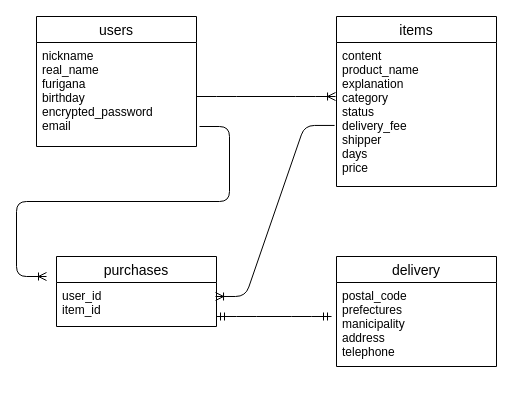
Above: furima.dio in hiiro777/furima-35507 (draw.io), before the change. Source tidied: cells renumbered, new cells numbered last; positions are measured from the earlier drawing's top-left corner, leaving out a move shared by most shapes. Both pictures are drawn from the tidied source at 100%, with x=0, y=0 at pixel (36, 16).
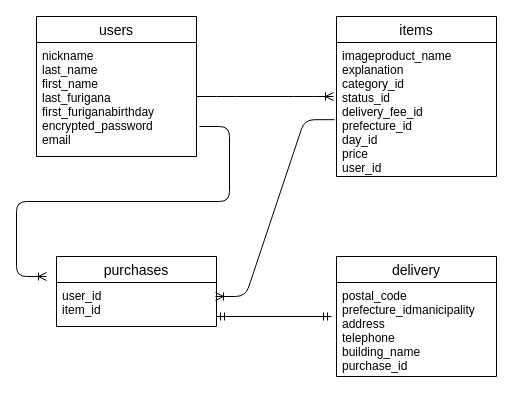
After the change.

Commit message (it also covers changes not shown here):
データベース設計修正

What changed in the source:
```diff
@@
 <mxGraphModel>
   <root>
     <mxCell id="0" />
     <mxCell id="1" parent="0" />
     <mxCell id="2" value="users" style="swimlane;fontStyle=0;horizontal=1;startSize=26;align=center;fontSize=14;" parent="1" vertex="1">
-      <mxGeometry width="160" height="130" as="geometry" />
+      <mxGeometry width="160" height="140" as="geometry" />
     </mxCell>
-    <mxCell id="3" value="nickname&#10;real_name&#10;furigana&#10;birthday&#10;encrypted_password&#10;email" style="text;strokeColor=none;fillColor=none;spacingLeft=4;spacingRight=4;overflow=hidden;fontSize=12;" parent="2" vertex="1">
-      <mxGeometry y="26" width="160" height="104" as="geometry" />
+    <mxCell id="3" value="nickname&#10;last_name&#10;first_name&#10;last_furigana&#10;first_furiganabirthday&#10;encrypted_password&#10;email" style="text;strokeColor=none;fillColor=none;spacingLeft=4;spacingRight=4;overflow=hidden;fontSize=12;" parent="2" vertex="1">
+      <mxGeometry y="26" width="160" height="114" as="geometry" />
     </mxCell>
     <mxCell id="4" value="items" style="swimlane;fontStyle=0;horizontal=1;startSize=26;align=center;fontSize=14;" parent="1" vertex="1">
-      <mxGeometry x="300" width="160" height="170" as="geometry" />
+      <mxGeometry x="300" width="160" height="160" as="geometry" />
     </mxCell>
-    <mxCell id="5" value="content&#10;product_name&#10;explanation&#10;category&#10;status&#10;delivery_fee&#10;shipper&#10;days&#10;price" style="text;strokeColor=none;fillColor=none;spacingLeft=4;spacingRight=4;overflow=hidden;points=[[0,0.5],[1,0.5]];portConstraint=eastwest;fontSize=12;" parent="4" vertex="1">
-      <mxGeometry y="26" width="160" height="144" as="geometry" />
+    <mxCell id="5" value="imageproduct_name&#10;explanation&#10;category_id&#10;status_id&#10;delivery_fee_id&#10;prefecture_id&#10;day_id &#10;price&#10;user_id" style="text;strokeColor=none;fillColor=none;spacingLeft=4;spacingRight=4;overflow=hidden;points=[[0,0.5],[1,0.5]];portConstraint=eastwest;fontSize=12;" parent="4" vertex="1">
+      <mxGeometry y="26" width="160" height="134" as="geometry" />
     </mxCell>
     <mxCell id="6" value="purchases" style="swimlane;fontStyle=0;horizontal=1;startSize=26;align=center;fontSize=14;" parent="1" vertex="1">
       <mxGeometry x="20" y="240" width="160" height="70" as="geometry" />
     </mxCell>
     <mxCell id="7" value="user_id&#10;item_id" style="text;strokeColor=none;fillColor=none;spacingLeft=4;spacingRight=4;overflow=hidden;points=[[0,0.5],[1,0.5]];portConstraint=eastwest;fontSize=12;" parent="6" vertex="1">
       <mxGeometry y="26" width="160" height="44" as="geometry" />
     </mxCell>
     <mxCell id="8" value="delivery" style="swimlane;fontStyle=0;horizontal=1;startSize=26;align=center;fontSize=14;" parent="1" vertex="1">
-      <mxGeometry x="300" y="240" width="160" height="110" as="geometry" />
+      <mxGeometry x="300" y="240" width="160" height="120" as="geometry" />
     </mxCell>
-    <mxCell id="9" value="postal_code&#10;prefectures&#10;manicipality&#10;address&#10;telephone" style="text;strokeColor=none;fillColor=none;spacingLeft=4;spacingRight=4;overflow=hidden;fontSize=12;" parent="8" vertex="1">
-      <mxGeometry y="26" width="160" height="84" as="geometry" />
+    <mxCell id="9" value="postal_code&#10;prefecture_idmanicipality&#10;address&#10;telephone&#10;building_name&#10;purchase_id" style="text;strokeColor=none;fillColor=none;spacingLeft=4;spacingRight=4;overflow=hidden;fontSize=12;" parent="8" vertex="1">
+      <mxGeometry y="26" width="160" height="94" as="geometry" />
     </mxCell>
     <mxCell id="10" style="edgeStyle=entityRelationEdgeStyle;fontSize=12;html=1;endArrow=ERoneToMany;entryX=0.994;entryY=0.318;entryDx=0;entryDy=0;entryPerimeter=0;exitX=-0.012;exitY=0.576;exitDx=0;exitDy=0;exitPerimeter=0;" parent="1" edge="1" source="5" target="7">
       <mxGeometry relative="1" as="geometry" />
     </mxCell>
     <mxCell id="11" style="edgeStyle=entityRelationEdgeStyle;fontSize=12;html=1;endArrow=ERoneToMany;" parent="1" edge="1">
       <mxGeometry relative="1" as="geometry">
         <mxPoint x="163" y="110" as="sourcePoint" />
         <mxPoint x="10" y="260" as="targetPoint" />
       </mxGeometry>
     </mxCell>
     <mxCell id="12" style="edgeStyle=entityRelationEdgeStyle;fontSize=12;html=1;endArrow=ERmandOne;startArrow=ERmandOne;" parent="1" edge="1">
       <mxGeometry relative="1" as="geometry">
         <mxPoint x="180" y="300" as="sourcePoint" />
         <mxPoint x="295" y="300" as="targetPoint" />
       </mxGeometry>
     </mxCell>
-    <mxCell id="13" style="edgeStyle=entityRelationEdgeStyle;fontSize=12;html=1;endArrow=ERoneToMany;entryX=-0.006;entryY=0.375;entryDx=0;entryDy=0;entryPerimeter=0;" parent="1" edge="1" target="5">
+    <mxCell id="13" style="edgeStyle=entityRelationEdgeStyle;fontSize=12;html=1;endArrow=ERoneToMany;" parent="1" edge="1">
       <mxGeometry relative="1" as="geometry">
         <mxPoint x="160" y="80" as="sourcePoint" />
+        <mxPoint x="297" y="80" as="targetPoint" />
       </mxGeometry>
     </mxCell>
   </root>
 </mxGraphModel>
```
